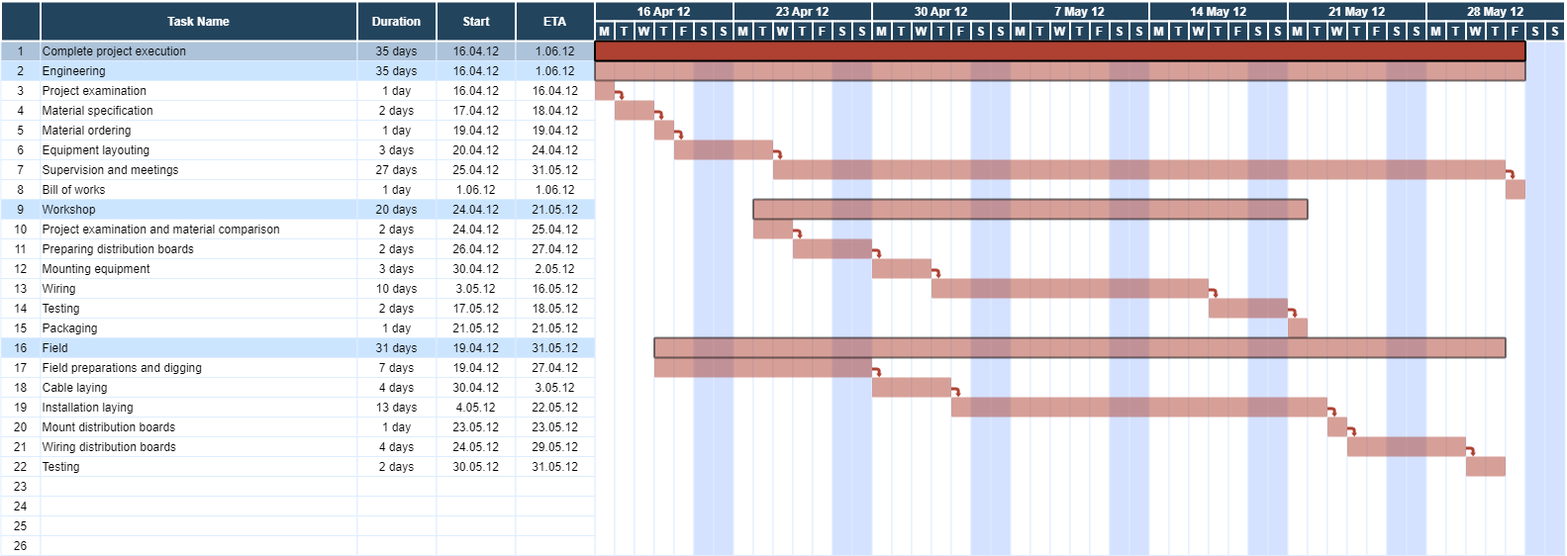
Before: スケジュール.drawio.png, a diagram exported from draw.io (buyodo/webgis-doc). Source tidied: cells renumbered, new cells last; positions are measured from the earlier drawing's top-left corner, leaving out a move shared by most shapes.
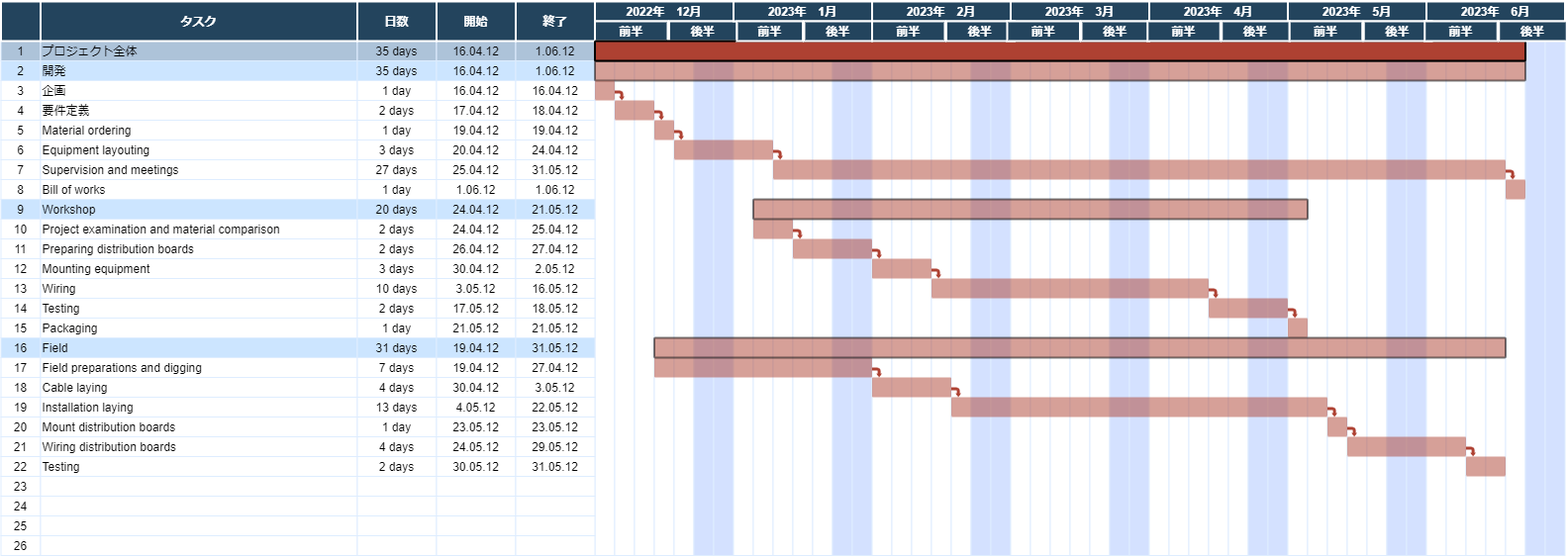
After the commit.

Commit message:
スケジュール.drawio.png を更新します

The edit, as a diff of the source:
```diff
@@ -7,3 +7,3 @@
     </mxCell>
-    <mxCell id="3" value="Complete project execution" style="align=left;strokeColor=#DEEDFF;fillColor=#ADC3D9;" parent="1" vertex="1">
+    <mxCell id="3" value="プロジェクト全体" style="align=left;strokeColor=#DEEDFF;fillColor=#ADC3D9;" parent="1" vertex="1">
       <mxGeometry x="40.5" y="40" width="320" height="20" as="geometry" />
@@ -25,3 +25,3 @@
     </mxCell>
-    <mxCell id="9" value="Engineering" style="align=left;strokeColor=#DEEDFF;fillColor=#CCE5FF;" parent="1" vertex="1">
+    <mxCell id="9" value="開発" style="align=left;strokeColor=#DEEDFF;fillColor=#CCE5FF;" parent="1" vertex="1">
       <mxGeometry x="40.5" y="60" width="320" height="20" as="geometry" />
@@ -40,3 +40,3 @@
     </mxCell>
-    <mxCell id="14" value="Project examination" style="align=left;strokeColor=#DEEDFF;" parent="1" vertex="1">
+    <mxCell id="14" value="企画" style="align=left;strokeColor=#DEEDFF;" parent="1" vertex="1">
       <mxGeometry x="40.5" y="80" width="320" height="20" as="geometry" />
@@ -55,3 +55,3 @@
     </mxCell>
-    <mxCell id="19" value="Material specification" style="align=left;strokeColor=#DEEDFF;" parent="1" vertex="1">
+    <mxCell id="19" value="要件定義" style="align=left;strokeColor=#DEEDFF;" parent="1" vertex="1">
       <mxGeometry x="40.5" y="100" width="320" height="20" as="geometry" />
@@ -541,3 +541,3 @@
     </mxCell>
-    <mxCell id="181" value="Task Name" style="fillColor=#23445D;strokeColor=#FFFFFF;strokeWidth=2;fontColor=#FFFFFF;fontStyle=1;" parent="1" vertex="1">
+    <mxCell id="181" value="タスク" style="fillColor=#23445D;strokeColor=#FFFFFF;strokeWidth=2;fontColor=#FFFFFF;fontStyle=1;" parent="1" vertex="1">
       <mxGeometry x="40.5" width="320" height="40" as="geometry" />
@@ -547,179 +547,43 @@
     </mxCell>
-    <mxCell id="183" value="16 Apr 12" style="fillColor=#23445D;strokeColor=#FFFFFF;strokeWidth=2;fontColor=#FFFFFF;fontStyle=1;" parent="1" vertex="1">
+    <mxCell id="183" value="2022年　12月" style="fillColor=#23445D;strokeColor=#FFFFFF;strokeWidth=2;fontColor=#FFFFFF;fontStyle=1;" parent="1" vertex="1">
       <mxGeometry x="600.5" width="140" height="20" as="geometry" />
     </mxCell>
-    <mxCell id="184" value="M" style="fillColor=#23445D;strokeColor=#FFFFFF;strokeWidth=2;fontColor=#FFFFFF;fontStyle=1;" parent="1" vertex="1">
-      <mxGeometry x="600.5" y="20" width="20" height="20" as="geometry" />
+    <mxCell id="184" value="前半" style="fillColor=#23445D;strokeColor=#FFFFFF;strokeWidth=2;fontColor=#FFFFFF;fontStyle=1;" parent="1" vertex="1">
+      <mxGeometry x="600.5" y="20" width="73.5" height="20" as="geometry" />
     </mxCell>
-    <mxCell id="185" value="T" style="fillColor=#23445D;strokeColor=#FFFFFF;strokeWidth=2;fontColor=#FFFFFF;fontStyle=1;" parent="1" vertex="1">
-      <mxGeometry x="620.5" y="20" width="20" height="20" as="geometry" />
+    <mxCell id="185" value="後半" style="fillColor=#23445D;strokeColor=#FFFFFF;strokeWidth=2;fontColor=#FFFFFF;fontStyle=1;" parent="1" vertex="1">
+      <mxGeometry x="675.5" y="20" width="68.5" height="20" as="geometry" />
     </mxCell>
-    <mxCell id="186" value="W" style="fillColor=#23445D;strokeColor=#FFFFFF;strokeWidth=2;fontColor=#FFFFFF;fontStyle=1;" parent="1" vertex="1">
-      <mxGeometry x="640.5" y="20" width="20" height="20" as="geometry" />
-    </mxCell>
-    <mxCell id="187" value="T" style="fillColor=#23445D;strokeColor=#FFFFFF;strokeWidth=2;fontColor=#FFFFFF;fontStyle=1;" parent="1" vertex="1">
-      <mxGeometry x="660.5" y="20" width="20" height="20" as="geometry" />
-    </mxCell>
-    <mxCell id="188" value="F" style="fillColor=#23445D;strokeColor=#FFFFFF;strokeWidth=2;fontColor=#FFFFFF;fontStyle=1;" parent="1" vertex="1">
-      <mxGeometry x="680.5" y="20" width="20" height="20" as="geometry" />
-    </mxCell>
-    <mxCell id="189" value="S" style="fillColor=#23445D;strokeColor=#FFFFFF;strokeWidth=2;fontColor=#FFFFFF;fontStyle=1;" parent="1" vertex="1">
-      <mxGeometry x="700.5" y="20" width="20" height="20" as="geometry" />
-    </mxCell>
-    <mxCell id="190" value="S" style="fillColor=#23445D;strokeColor=#FFFFFF;strokeWidth=2;fontColor=#FFFFFF;fontStyle=1;" parent="1" vertex="1">
-      <mxGeometry x="720.5" y="20" width="20" height="20" as="geometry" />
-    </mxCell>
-    <mxCell id="191" value="Duration" style="fillColor=#23445D;strokeColor=#FFFFFF;strokeWidth=2;fontColor=#FFFFFF;fontStyle=1;" parent="1" vertex="1">
+    <mxCell id="191" value="日数" style="fillColor=#23445D;strokeColor=#FFFFFF;strokeWidth=2;fontColor=#FFFFFF;fontStyle=1;" parent="1" vertex="1">
       <mxGeometry x="360.5" width="80" height="40" as="geometry" />
     </mxCell>
-    <mxCell id="192" value="Start" style="fillColor=#23445D;strokeColor=#FFFFFF;strokeWidth=2;fontColor=#FFFFFF;fontStyle=1;" parent="1" vertex="1">
+    <mxCell id="192" value="開始" style="fillColor=#23445D;strokeColor=#FFFFFF;strokeWidth=2;fontColor=#FFFFFF;fontStyle=1;" parent="1" vertex="1">
       <mxGeometry x="440.5" width="80" height="40" as="geometry" />
     </mxCell>
-    <mxCell id="193" value="ETA" style="fillColor=#23445D;strokeColor=#FFFFFF;strokeWidth=2;fontColor=#FFFFFF;fontStyle=1;" parent="1" vertex="1">
+    <mxCell id="193" value="終了" style="fillColor=#23445D;strokeColor=#FFFFFF;strokeWidth=2;fontColor=#FFFFFF;fontStyle=1;" parent="1" vertex="1">
       <mxGeometry x="520.5" width="80" height="40" as="geometry" />
     </mxCell>
-    <mxCell id="194" value="23 Apr 12" style="fillColor=#23445D;strokeColor=#FFFFFF;strokeWidth=2;fontColor=#FFFFFF;fontStyle=1;" parent="1" vertex="1">
+    <mxCell id="194" value="2023年　1月" style="fillColor=#23445D;strokeColor=#FFFFFF;strokeWidth=2;fontColor=#FFFFFF;fontStyle=1;" parent="1" vertex="1">
       <mxGeometry x="740.5" width="140" height="20" as="geometry" />
     </mxCell>
-    <mxCell id="195" value="M" style="fillColor=#23445D;strokeColor=#FFFFFF;strokeWidth=2;fontColor=#FFFFFF;fontStyle=1;" parent="1" vertex="1">
-      <mxGeometry x="740.5" y="20" width="20" height="20" as="geometry" />
-    </mxCell>
-    <mxCell id="196" value="T" style="fillColor=#23445D;strokeColor=#FFFFFF;strokeWidth=2;fontColor=#FFFFFF;fontStyle=1;" parent="1" vertex="1">
-      <mxGeometry x="760.5" y="20" width="20" height="20" as="geometry" />
-    </mxCell>
-    <mxCell id="197" value="W" style="fillColor=#23445D;strokeColor=#FFFFFF;strokeWidth=2;fontColor=#FFFFFF;fontStyle=1;" parent="1" vertex="1">
-      <mxGeometry x="780.5" y="20" width="20" height="20" as="geometry" />
-    </mxCell>
-    <mxCell id="198" value="T" style="fillColor=#23445D;strokeColor=#FFFFFF;strokeWidth=2;fontColor=#FFFFFF;fontStyle=1;" parent="1" vertex="1">
-      <mxGeometry x="800.5" y="20" width="20" height="20" as="geometry" />
-    </mxCell>
-    <mxCell id="199" value="F" style="fillColor=#23445D;strokeColor=#FFFFFF;strokeWidth=2;fontColor=#FFFFFF;fontStyle=1;" parent="1" vertex="1">
-      <mxGeometry x="820.5" y="20" width="20" height="20" as="geometry" />
-    </mxCell>
-    <mxCell id="200" value="S" style="fillColor=#23445D;strokeColor=#FFFFFF;strokeWidth=2;fontColor=#FFFFFF;fontStyle=1;" parent="1" vertex="1">
-      <mxGeometry x="840.5" y="20" width="20" height="20" as="geometry" />
-    </mxCell>
-    <mxCell id="201" value="S" style="fillColor=#23445D;strokeColor=#FFFFFF;strokeWidth=2;fontColor=#FFFFFF;fontStyle=1;" parent="1" vertex="1">
-      <mxGeometry x="860.5" y="20" width="20" height="20" as="geometry" />
-    </mxCell>
+    <mxCell id="279" style="edgeStyle=orthogonalEdgeStyle;rounded=0;jettySize=auto;html=1;" parent="1" edge="1" target="254">
+      <mxGeometry relative="1" as="geometry">
+        <mxPoint x="770.5" y="40" as="sourcePoint" />
+      </mxGeometry>
+    </mxCell>
-    <mxCell id="202" value="30 Apr 12" style="fillColor=#23445D;strokeColor=#FFFFFF;strokeWidth=2;fontColor=#FFFFFF;fontStyle=1;" parent="1" vertex="1">
+    <mxCell id="202" value="2023年　2月" style="fillColor=#23445D;strokeColor=#FFFFFF;strokeWidth=2;fontColor=#FFFFFF;fontStyle=1;" parent="1" vertex="1">
       <mxGeometry x="880.5" width="140" height="20" as="geometry" />
     </mxCell>
-    <mxCell id="203" value="M" style="fillColor=#23445D;strokeColor=#FFFFFF;strokeWidth=2;fontColor=#FFFFFF;fontStyle=1;" parent="1" vertex="1">
-      <mxGeometry x="880.5" y="20" width="20" height="20" as="geometry" />
-    </mxCell>
-    <mxCell id="204" value="T" style="fillColor=#23445D;strokeColor=#FFFFFF;strokeWidth=2;fontColor=#FFFFFF;fontStyle=1;" parent="1" vertex="1">
-      <mxGeometry x="900.5" y="20" width="20" height="20" as="geometry" />
-    </mxCell>
-    <mxCell id="205" value="W" style="fillColor=#23445D;strokeColor=#FFFFFF;strokeWidth=2;fontColor=#FFFFFF;fontStyle=1;" parent="1" vertex="1">
-      <mxGeometry x="920.5" y="20" width="20" height="20" as="geometry" />
-    </mxCell>
-    <mxCell id="206" value="T" style="fillColor=#23445D;strokeColor=#FFFFFF;strokeWidth=2;fontColor=#FFFFFF;fontStyle=1;" parent="1" vertex="1">
-      <mxGeometry x="940.5" y="20" width="20" height="20" as="geometry" />
-    </mxCell>
-    <mxCell id="207" value="F" style="fillColor=#23445D;strokeColor=#FFFFFF;strokeWidth=2;fontColor=#FFFFFF;fontStyle=1;" parent="1" vertex="1">
-      <mxGeometry x="960.5" y="20" width="20" height="20" as="geometry" />
-    </mxCell>
-    <mxCell id="208" value="S" style="fillColor=#23445D;strokeColor=#FFFFFF;strokeWidth=2;fontColor=#FFFFFF;fontStyle=1;" parent="1" vertex="1">
-      <mxGeometry x="980.5" y="20" width="20" height="20" as="geometry" />
-    </mxCell>
-    <mxCell id="209" value="S" style="fillColor=#23445D;strokeColor=#FFFFFF;strokeWidth=2;fontColor=#FFFFFF;fontStyle=1;" parent="1" vertex="1">
-      <mxGeometry x="1000.5" y="20" width="20" height="20" as="geometry" />
-    </mxCell>
-    <mxCell id="210" value="7 May 12" style="fillColor=#23445D;strokeColor=#FFFFFF;strokeWidth=2;fontColor=#FFFFFF;fontStyle=1;" parent="1" vertex="1">
+    <mxCell id="210" value="2023年　3月" style="fillColor=#23445D;strokeColor=#FFFFFF;strokeWidth=2;fontColor=#FFFFFF;fontStyle=1;" parent="1" vertex="1">
       <mxGeometry x="1020.5" width="140" height="20" as="geometry" />
     </mxCell>
-    <mxCell id="211" value="M" style="fillColor=#23445D;strokeColor=#FFFFFF;strokeWidth=2;fontColor=#FFFFFF;fontStyle=1;" parent="1" vertex="1">
-      <mxGeometry x="1020.5" y="20" width="20" height="20" as="geometry" />
-    </mxCell>
-    <mxCell id="212" value="T" style="fillColor=#23445D;strokeColor=#FFFFFF;strokeWidth=2;fontColor=#FFFFFF;fontStyle=1;" parent="1" vertex="1">
-      <mxGeometry x="1040.5" y="20" width="20" height="20" as="geometry" />
-    </mxCell>
-    <mxCell id="213" value="W" style="fillColor=#23445D;strokeColor=#FFFFFF;strokeWidth=2;fontColor=#FFFFFF;fontStyle=1;" parent="1" vertex="1">
-      <mxGeometry x="1060.5" y="20" width="20" height="20" as="geometry" />
-    </mxCell>
-    <mxCell id="214" value="T" style="fillColor=#23445D;strokeColor=#FFFFFF;strokeWidth=2;fontColor=#FFFFFF;fontStyle=1;" parent="1" vertex="1">
-      <mxGeometry x="1080.5" y="20" width="20" height="20" as="geometry" />
-    </mxCell>
-    <mxCell id="215" value="F" style="fillColor=#23445D;strokeColor=#FFFFFF;strokeWidth=2;fontColor=#FFFFFF;fontStyle=1;" parent="1" vertex="1">
-      <mxGeometry x="1100.5" y="20" width="20" height="20" as="geometry" />
-    </mxCell>
-    <mxCell id="216" value="S" style="fillColor=#23445D;strokeColor=#FFFFFF;strokeWidth=2;fontColor=#FFFFFF;fontStyle=1;" parent="1" vertex="1">
-      <mxGeometry x="1120.5" y="20" width="20" height="20" as="geometry" />
-    </mxCell>
-    <mxCell id="217" value="S" style="fillColor=#23445D;strokeColor=#FFFFFF;strokeWidth=2;fontColor=#FFFFFF;fontStyle=1;" parent="1" vertex="1">
-      <mxGeometry x="1140.5" y="20" width="20" height="20" as="geometry" />
-    </mxCell>
-    <mxCell id="218" value="14 May 12" style="fillColor=#23445D;strokeColor=#FFFFFF;strokeWidth=2;fontColor=#FFFFFF;fontStyle=1;" parent="1" vertex="1">
+    <mxCell id="218" value="2023年　4月" style="fillColor=#23445D;strokeColor=#FFFFFF;strokeWidth=2;fontColor=#FFFFFF;fontStyle=1;" parent="1" vertex="1">
       <mxGeometry x="1160.5" width="140" height="20" as="geometry" />
     </mxCell>
-    <mxCell id="219" value="M" style="fillColor=#23445D;strokeColor=#FFFFFF;strokeWidth=2;fontColor=#FFFFFF;fontStyle=1;" parent="1" vertex="1">
-      <mxGeometry x="1160.5" y="20" width="20" height="20" as="geometry" />
-    </mxCell>
-    <mxCell id="220" value="T" style="fillColor=#23445D;strokeColor=#FFFFFF;strokeWidth=2;fontColor=#FFFFFF;fontStyle=1;" parent="1" vertex="1">
-      <mxGeometry x="1180.5" y="20" width="20" height="20" as="geometry" />
-    </mxCell>
-    <mxCell id="221" value="W" style="fillColor=#23445D;strokeColor=#FFFFFF;strokeWidth=2;fontColor=#FFFFFF;fontStyle=1;" parent="1" vertex="1">
-      <mxGeometry x="1200.5" y="20" width="20" height="20" as="geometry" />
-    </mxCell>
-    <mxCell id="222" value="T" style="fillColor=#23445D;strokeColor=#FFFFFF;strokeWidth=2;fontColor=#FFFFFF;fontStyle=1;" parent="1" vertex="1">
-      <mxGeometry x="1220.5" y="20" width="20" height="20" as="geometry" />
-    </mxCell>
-    <mxCell id="223" value="F" style="fillColor=#23445D;strokeColor=#FFFFFF;strokeWidth=2;fontColor=#FFFFFF;fontStyle=1;" parent="1" vertex="1">
-      <mxGeometry x="1240.5" y="20" width="20" height="20" as="geometry" />
-    </mxCell>
-    <mxCell id="224" value="S" style="fillColor=#23445D;strokeColor=#FFFFFF;strokeWidth=2;fontColor=#FFFFFF;fontStyle=1;" parent="1" vertex="1">
-      <mxGeometry x="1260.5" y="20" width="20" height="20" as="geometry" />
-    </mxCell>
-    <mxCell id="225" value="S" style="fillColor=#23445D;strokeColor=#FFFFFF;strokeWidth=2;fontColor=#FFFFFF;fontStyle=1;" parent="1" vertex="1">
-      <mxGeometry x="1280.5" y="20" width="20" height="20" as="geometry" />
-    </mxCell>
-    <mxCell id="226" value="21 May 12" style="fillColor=#23445D;strokeColor=#FFFFFF;strokeWidth=2;fontColor=#FFFFFF;fontStyle=1;" parent="1" vertex="1">
+    <mxCell id="226" value="2023年　5月" style="fillColor=#23445D;strokeColor=#FFFFFF;strokeWidth=2;fontColor=#FFFFFF;fontStyle=1;" parent="1" vertex="1">
       <mxGeometry x="1300.5" width="140" height="20" as="geometry" />
     </mxCell>
-    <mxCell id="227" value="M" style="fillColor=#23445D;strokeColor=#FFFFFF;strokeWidth=2;fontColor=#FFFFFF;fontStyle=1;" parent="1" vertex="1">
-      <mxGeometry x="1300.5" y="20" width="20" height="20" as="geometry" />
-    </mxCell>
-    <mxCell id="228" value="T" style="fillColor=#23445D;strokeColor=#FFFFFF;strokeWidth=2;fontColor=#FFFFFF;fontStyle=1;" parent="1" vertex="1">
-      <mxGeometry x="1320.5" y="20" width="20" height="20" as="geometry" />
-    </mxCell>
-    <mxCell id="229" value="W" style="fillColor=#23445D;strokeColor=#FFFFFF;strokeWidth=2;fontColor=#FFFFFF;fontStyle=1;" parent="1" vertex="1">
-      <mxGeometry x="1340.5" y="20" width="20" height="20" as="geometry" />
-    </mxCell>
-    <mxCell id="230" value="T" style="fillColor=#23445D;strokeColor=#FFFFFF;strokeWidth=2;fontColor=#FFFFFF;fontStyle=1;" parent="1" vertex="1">
-      <mxGeometry x="1360.5" y="20" width="20" height="20" as="geometry" />
-    </mxCell>
-    <mxCell id="231" value="F" style="fillColor=#23445D;strokeColor=#FFFFFF;strokeWidth=2;fontColor=#FFFFFF;fontStyle=1;" parent="1" vertex="1">
-      <mxGeometry x="1380.5" y="20" width="20" height="20" as="geometry" />
-    </mxCell>
-    <mxCell id="232" value="S" style="fillColor=#23445D;strokeColor=#FFFFFF;strokeWidth=2;fontColor=#FFFFFF;fontStyle=1;" parent="1" vertex="1">
-      <mxGeometry x="1400.5" y="20" width="20" height="20" as="geometry" />
-    </mxCell>
-    <mxCell id="233" value="S" style="fillColor=#23445D;strokeColor=#FFFFFF;strokeWidth=2;fontColor=#FFFFFF;fontStyle=1;" parent="1" vertex="1">
-      <mxGeometry x="1420.5" y="20" width="20" height="20" as="geometry" />
-    </mxCell>
-    <mxCell id="234" value="28 May 12" style="fillColor=#23445D;strokeColor=#FFFFFF;strokeWidth=2;fontColor=#FFFFFF;fontStyle=1;" parent="1" vertex="1">
+    <mxCell id="234" value="2023年　6月" style="fillColor=#23445D;strokeColor=#FFFFFF;strokeWidth=2;fontColor=#FFFFFF;fontStyle=1;" parent="1" vertex="1">
       <mxGeometry x="1440.5" width="140" height="20" as="geometry" />
     </mxCell>
-    <mxCell id="235" value="M" style="fillColor=#23445D;strokeColor=#FFFFFF;strokeWidth=2;fontColor=#FFFFFF;fontStyle=1;" parent="1" vertex="1">
-      <mxGeometry x="1440.5" y="20" width="20" height="20" as="geometry" />
-    </mxCell>
-    <mxCell id="236" value="T" style="fillColor=#23445D;strokeColor=#FFFFFF;strokeWidth=2;fontColor=#FFFFFF;fontStyle=1;" parent="1" vertex="1">
-      <mxGeometry x="1460.5" y="20" width="20" height="20" as="geometry" />
-    </mxCell>
-    <mxCell id="237" value="W" style="fillColor=#23445D;strokeColor=#FFFFFF;strokeWidth=2;fontColor=#FFFFFF;fontStyle=1;" parent="1" vertex="1">
-      <mxGeometry x="1480.5" y="20" width="20" height="20" as="geometry" />
-    </mxCell>
-    <mxCell id="238" value="T" style="fillColor=#23445D;strokeColor=#FFFFFF;strokeWidth=2;fontColor=#FFFFFF;fontStyle=1;" parent="1" vertex="1">
-      <mxGeometry x="1500.5" y="20" width="20" height="20" as="geometry" />
-    </mxCell>
-    <mxCell id="239" value="F" style="fillColor=#23445D;strokeColor=#FFFFFF;strokeWidth=2;fontColor=#FFFFFF;fontStyle=1;" parent="1" vertex="1">
-      <mxGeometry x="1520.5" y="20" width="20" height="20" as="geometry" />
-    </mxCell>
-    <mxCell id="240" value="S" style="fillColor=#23445D;strokeColor=#FFFFFF;strokeWidth=2;fontColor=#FFFFFF;fontStyle=1;" parent="1" vertex="1">
-      <mxGeometry x="1540.5" y="20" width="20" height="20" as="geometry" />
-    </mxCell>
-    <mxCell id="241" value="S" style="fillColor=#23445D;strokeColor=#FFFFFF;strokeWidth=2;fontColor=#FFFFFF;fontStyle=1;" parent="1" vertex="1">
-      <mxGeometry x="1560.5" y="20" width="20" height="20" as="geometry" />
-    </mxCell>
     <mxCell id="242" style="shape=mxgraph.flowchart.process;fillColor=#AE4132;strokeColor=#000000;strokeWidth=2;opacity=50;" parent="1" vertex="1">
@@ -835,2 +699,38 @@
     </mxCell>
+    <mxCell id="280" value="前半" style="fillColor=#23445D;strokeColor=#FFFFFF;strokeWidth=2;fontColor=#FFFFFF;fontStyle=1;" parent="1" vertex="1">
+      <mxGeometry x="744" y="20" width="66.5" height="20" as="geometry" />
+    </mxCell>
+    <mxCell id="281" value="後半" style="fillColor=#23445D;strokeColor=#FFFFFF;strokeWidth=2;fontColor=#FFFFFF;fontStyle=1;" parent="1" vertex="1">
+      <mxGeometry x="812" y="20" width="68.5" height="20" as="geometry" />
+    </mxCell>
+    <mxCell id="282" value="前半" style="fillColor=#23445D;strokeColor=#FFFFFF;strokeWidth=2;fontColor=#FFFFFF;fontStyle=1;" parent="1" vertex="1">
+      <mxGeometry x="880.5" y="20" width="73.5" height="20" as="geometry" />
+    </mxCell>
+    <mxCell id="283" value="後半" style="fillColor=#23445D;strokeColor=#FFFFFF;strokeWidth=2;fontColor=#FFFFFF;fontStyle=1;" parent="1" vertex="1">
+      <mxGeometry x="955.5" y="20" width="68.5" height="20" as="geometry" />
+    </mxCell>
+    <mxCell id="284" value="前半" style="fillColor=#23445D;strokeColor=#FFFFFF;strokeWidth=2;fontColor=#FFFFFF;fontStyle=1;" parent="1" vertex="1">
+      <mxGeometry x="1017" y="20" width="73.5" height="20" as="geometry" />
+    </mxCell>
+    <mxCell id="285" value="後半" style="fillColor=#23445D;strokeColor=#FFFFFF;strokeWidth=2;fontColor=#FFFFFF;fontStyle=1;" parent="1" vertex="1">
+      <mxGeometry x="1092" y="20" width="68.5" height="20" as="geometry" />
+    </mxCell>
+    <mxCell id="286" value="前半" style="fillColor=#23445D;strokeColor=#FFFFFF;strokeWidth=2;fontColor=#FFFFFF;fontStyle=1;" parent="1" vertex="1">
+      <mxGeometry x="1158.8" y="20" width="73.5" height="20" as="geometry" />
+    </mxCell>
+    <mxCell id="287" value="後半" style="fillColor=#23445D;strokeColor=#FFFFFF;strokeWidth=2;fontColor=#FFFFFF;fontStyle=1;" parent="1" vertex="1">
+      <mxGeometry x="1233.8" y="20" width="68.5" height="20" as="geometry" />
+    </mxCell>
+    <mxCell id="288" value="前半" style="fillColor=#23445D;strokeColor=#FFFFFF;strokeWidth=2;fontColor=#FFFFFF;fontStyle=1;" parent="1" vertex="1">
+      <mxGeometry x="1302.2" y="20" width="73.5" height="20" as="geometry" />
+    </mxCell>
+    <mxCell id="289" value="後半" style="fillColor=#23445D;strokeColor=#FFFFFF;strokeWidth=2;fontColor=#FFFFFF;fontStyle=1;" parent="1" vertex="1">
+      <mxGeometry x="1377.2" y="20" width="68.5" height="20" as="geometry" />
+    </mxCell>
+    <mxCell id="290" value="前半" style="fillColor=#23445D;strokeColor=#FFFFFF;strokeWidth=2;fontColor=#FFFFFF;fontStyle=1;" parent="1" vertex="1">
+      <mxGeometry x="1438.8" y="20" width="73.5" height="20" as="geometry" />
+    </mxCell>
+    <mxCell id="291" value="後半" style="fillColor=#23445D;strokeColor=#FFFFFF;strokeWidth=2;fontColor=#FFFFFF;fontStyle=1;" parent="1" vertex="1">
+      <mxGeometry x="1513.8" y="20" width="68.5" height="20" as="geometry" />
+    </mxCell>
   </root>
```
